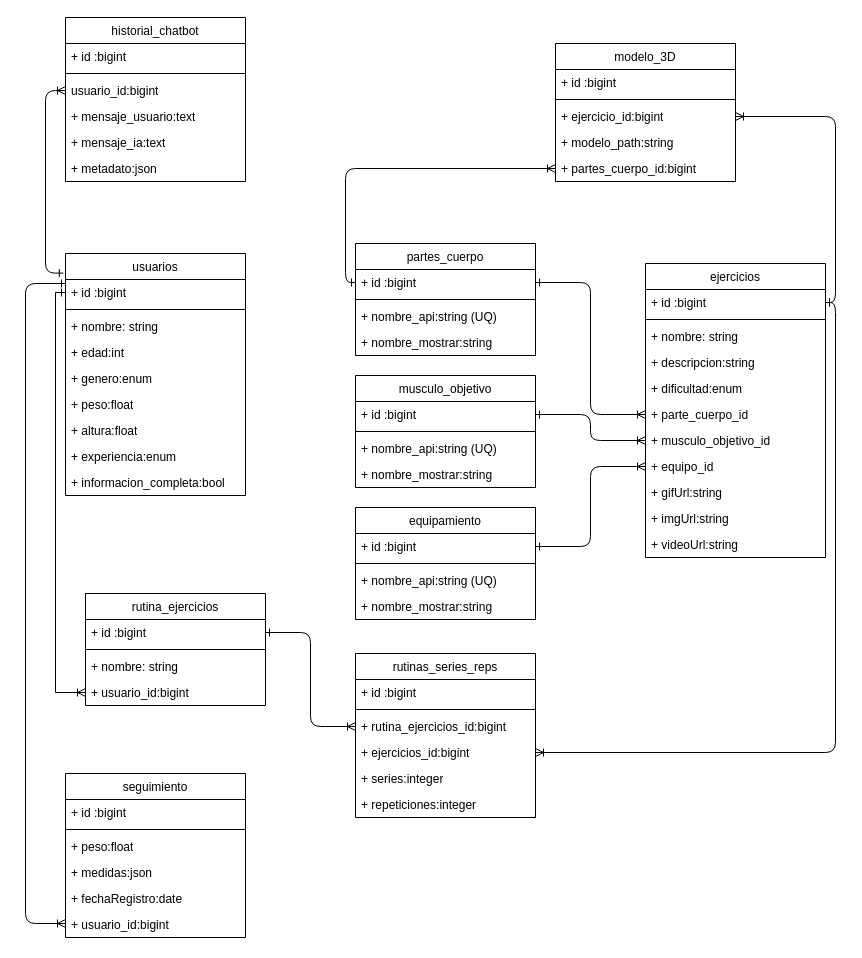
The draw.io diagram public/database/db.drawio in Jipanaqaba/FITYRON, before the edit. Source tidied: cells renumbered, new cells numbered last; positions are measured from the earlier drawing's top-left corner, leaving out a move shared by most shapes. Both pictures are drawn from the tidied source at 100%, with x=0, y=0 at pixel (25, 17).
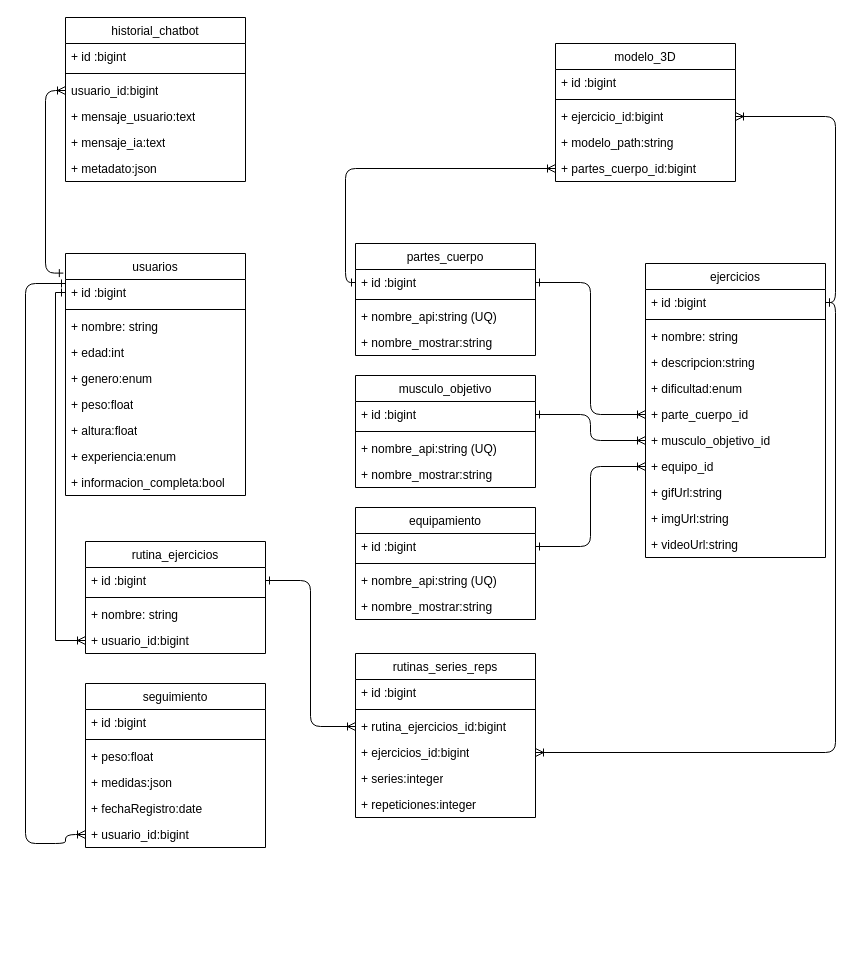
After the change.

The change refers to these unchanged cells:
```xml
<mxCell id="3" value="&lt;span style=&quot;color: rgb(0, 0, 0);&quot;&gt;+ id :bigint&lt;/span&gt;" style="text;strokeColor=none;fillColor=none;align=left;verticalAlign=top;spacingLeft=4;spacingRight=4;overflow=hidden;points=[[0,0.5],[1,0.5]];portConstraint=eastwest;whiteSpace=wrap;html=1;" parent="2" vertex="1">
  <mxGeometry y="26" width="180" height="26" as="geometry" />
</mxCell>
<mxCell id="45" value="&lt;span style=&quot;color: rgb(0, 0, 0);&quot;&gt;+ usuario_id:bigint&lt;/span&gt;" style="text;strokeColor=none;fillColor=none;align=left;verticalAlign=top;spacingLeft=4;spacingRight=4;overflow=hidden;points=[[0,0.5],[1,0.5]];portConstraint=eastwest;whiteSpace=wrap;html=1;" parent="39" vertex="1">
  <mxGeometry y="138" width="180" height="26" as="geometry" />
</mxCell>
```

Change to the diagram source:
```diff
@@
     <mxCell id="24" value="&lt;span style=&quot;color: rgb(0, 0, 0); font-weight: 400;&quot;&gt;rutina_ejercicios&lt;/span&gt;" style="swimlane;fontStyle=1;align=center;verticalAlign=top;horizontal=1;startSize=26;whiteSpace=wrap;html=1;" parent="1" vertex="1">
-      <mxGeometry x="60" y="576" width="180" height="112" as="geometry" />
+      <mxGeometry x="60" y="524" width="180" height="112" as="geometry" />
     </mxCell>
@@
     <mxCell id="39" value="&lt;span style=&quot;color: rgb(0, 0, 0); font-weight: 400;&quot;&gt;seguimiento&lt;/span&gt;" style="swimlane;fontStyle=1;align=center;verticalAlign=top;horizontal=1;startSize=26;whiteSpace=wrap;html=1;" parent="1" vertex="1">
-      <mxGeometry x="40" y="756" width="180" height="164" as="geometry" />
+      <mxGeometry x="60" y="666" width="180" height="164" as="geometry" />
     </mxCell>
@@
-    <mxCell id="53" style="edgeStyle=orthogonalEdgeStyle;html=1;startArrow=ERoneToMany;startFill=0;endArrow=ERone;endFill=0;" parent="1" edge="1" source="45" target="3">
+    <mxCell id="53" style="edgeStyle=orthogonalEdgeStyle;html=1;startArrow=ERoneToMany;startFill=0;endArrow=ERone;endFill=0;exitX=0;exitY=0.5;exitDx=0;exitDy=0;" parent="1" edge="1" source="45" target="3">
       <mxGeometry relative="1" as="geometry">
         <Array as="points">
-          <mxPoint y="906" />
+          <mxPoint x="40" y="826" />
+          <mxPoint y="826" />
           <mxPoint y="266" />
         </Array>
       </mxGeometry>
     </mxCell>
```
